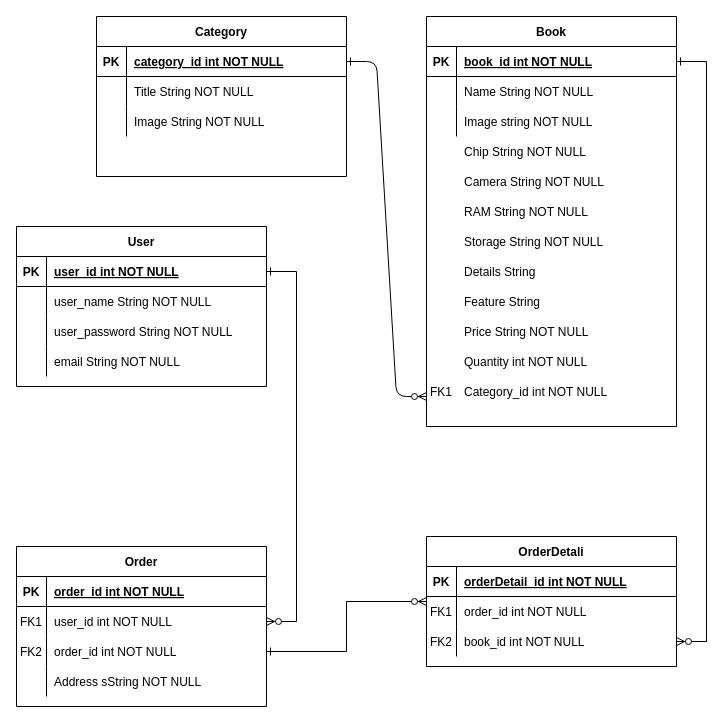
Before: erdflutter.drawio in hoangansu9/hoangansu9, a draw.io diagram. Source tidied: cells renumbered, new cells numbered last; positions are measured from the earlier drawing's top-left corner, leaving out a move shared by most shapes. Both pictures are drawn from the tidied source at 100%, with x=0, y=0 at pixel (16, 16).
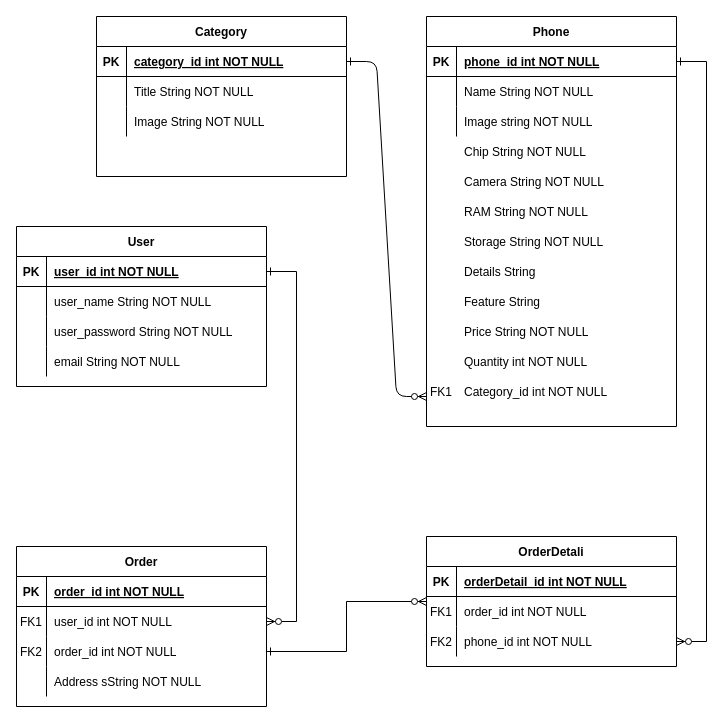
Above is the later version.

The change refers to these unchanged cells:
```xml
<mxCell id="3" style="shape=partialRectangle;fillColor=none;points=[[0,0.5],[1,0.5]];portConstraint=eastwest;top=0;left=0;right=0;bottom=1;" parent="2" vertex="1">
  <mxGeometry y="30" width="250" height="30" as="geometry" />
</mxCell>
<mxCell id="68" style="shape=partialRectangle;fillColor=none;points=[[0,0.5],[1,0.5]];portConstraint=eastwest;top=0;left=0;right=0;bottom=0;" parent="61" vertex="1">
  <mxGeometry y="90" width="250" height="30" as="geometry" />
</mxCell>
```

What changed in the source:
```diff
@@
-    <mxCell id="2" value="Book" style="shape=table;startSize=30;childLayout=tableLayout;rowLines=0;fontStyle=1;align=center;" parent="1" vertex="1">
+    <mxCell id="2" value="Phone" style="shape=table;startSize=30;childLayout=tableLayout;rowLines=0;fontStyle=1;align=center;" parent="1" vertex="1">
       <mxGeometry x="410" width="250" height="410" as="geometry" />
     </mxCell>
@@
-    <mxCell id="5" value="book_id int NOT NULL " style="shape=partialRectangle;overflow=hidden;fillColor=none;top=0;left=0;bottom=0;right=0;align=left;spacingLeft=6;fontStyle=5;" parent="3" vertex="1">
+    <mxCell id="5" value="phone_id int NOT NULL " style="shape=partialRectangle;overflow=hidden;fillColor=none;top=0;left=0;bottom=0;right=0;align=left;spacingLeft=6;fontStyle=5;" parent="3" vertex="1">
       <mxGeometry x="30" width="220" height="30" as="geometry" />
     </mxCell>
@@
-    <mxCell id="70" value="book_id int NOT NULL" style="shape=partialRectangle;overflow=hidden;fillColor=none;top=0;left=0;bottom=0;right=0;align=left;spacingLeft=6;" parent="68" vertex="1">
+    <mxCell id="70" value="phone_id int NOT NULL" style="shape=partialRectangle;overflow=hidden;fillColor=none;top=0;left=0;bottom=0;right=0;align=left;spacingLeft=6;" parent="68" vertex="1">
       <mxGeometry x="30" width="220" height="30" as="geometry" />
     </mxCell>
```
